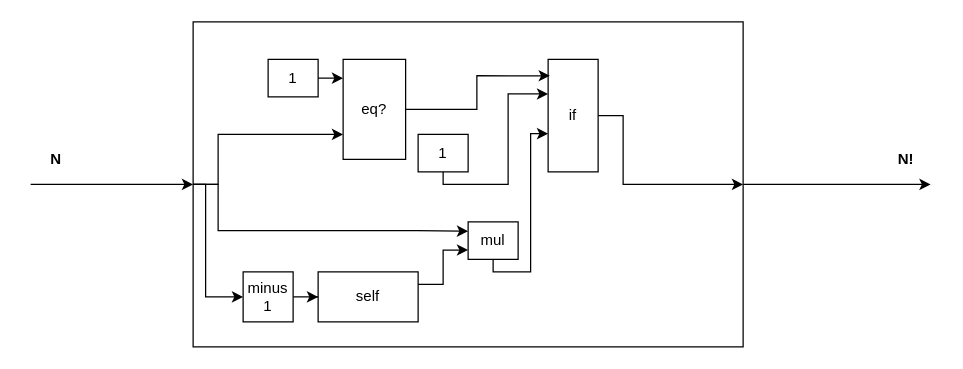
flovver/spec keeps this draw.io diagram as media/factorial/factorial.drawio. Above is the earlier version. Source tidied: cells renumbered, new cells numbered last; positions are measured from the earlier drawing's top-left corner, leaving out a move shared by most shapes. Both pictures are drawn from the tidied source at 125%, with x=0, y=0 at pixel (30, 21).
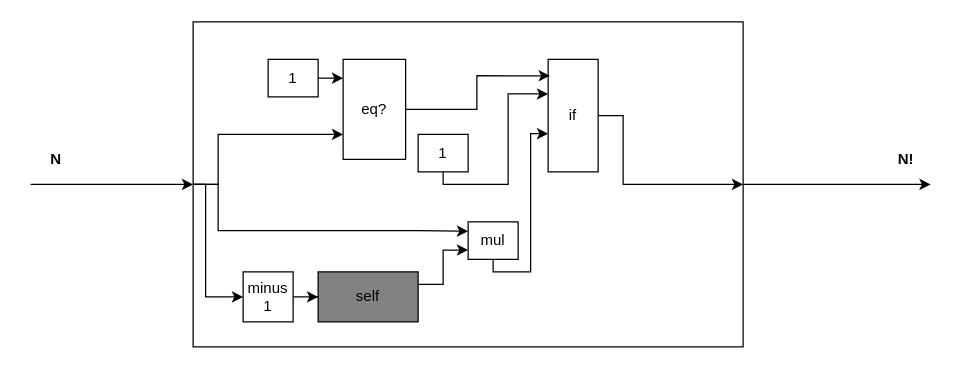
The same page after the edit.

Change to the diagram source:
```diff
@@
-    <mxCell id="16" value="self" style="rounded=0;whiteSpace=wrap;html=1;" parent="1" vertex="1">
+    <mxCell id="16" value="self" style="rounded=0;whiteSpace=wrap;html=1;fillColor=#828282;" parent="1" vertex="1">
       <mxGeometry x="230" y="200" width="80" height="40" as="geometry" />
     </mxCell>
```
